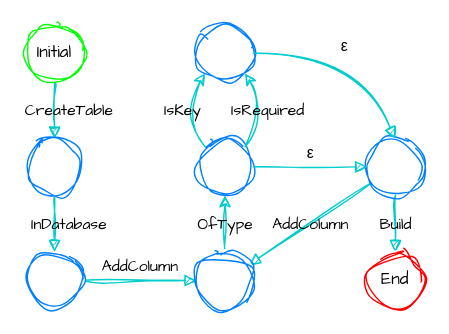
Lord-Turmoil/FluentApiDemo keeps this draw.io diagram as page "Advanced Automata" (3 of 4) of Fluent.drawio. Above is the earlier version. Source tidied: cells renumbered, new cells numbered last; positions are measured from the earlier drawing's top-left corner, leaving out a move shared by most shapes. Both pictures are drawn from the tidied source at 142%, with x=0, y=0 at pixel (26, 24).
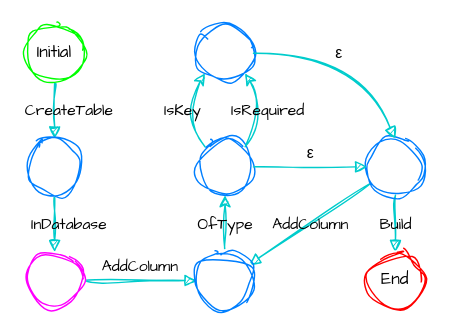
The same page after the edit.

Unchanged cells that the change refers to:
```xml
<mxCell id="11" style="ellipse;whiteSpace=wrap;html=1;sketch=1;curveFitting=1;jiggle=2;fontFamily=Comic Sans MS;strokeColor=#007FFF;labelBackgroundColor=none;" parent="1" vertex="1">
  <mxGeometry x="240" y="80" width="40" height="40" as="geometry" />
</mxCell>
<mxCell id="15" style="ellipse;whiteSpace=wrap;html=1;sketch=1;curveFitting=1;jiggle=2;fontFamily=Comic Sans MS;strokeColor=#007FFF;labelBackgroundColor=none;" parent="1" vertex="1">
  <mxGeometry x="120" width="40" height="40" as="geometry" />
</mxCell>
```

Diff of the diagram source:
```diff
@@
-    <mxCell id="7" style="ellipse;whiteSpace=wrap;html=1;sketch=1;curveFitting=1;jiggle=2;fontFamily=Comic Sans MS;strokeColor=#007FFF;labelBackgroundColor=none;" parent="1" vertex="1">
+    <mxCell id="7" style="ellipse;whiteSpace=wrap;html=1;sketch=1;curveFitting=1;jiggle=2;fontFamily=Comic Sans MS;strokeColor=#FF00FF;labelBackgroundColor=none;" parent="1" vertex="1">
       <mxGeometry y="160" width="40" height="40" as="geometry" />
     </mxCell>
@@
     <mxCell id="16" value="ε" style="curved=1;endArrow=block;html=1;rounded=0;exitX=1;exitY=0.5;exitDx=0;exitDy=0;sketch=1;curveFitting=1;jiggle=2;fontFamily=Comic Sans MS;strokeColor=#00CCCC;labelBackgroundColor=none;endFill=1;entryX=0.5;entryY=0;entryDx=0;entryDy=0;" parent="1" edge="1" source="15" target="11">
-      <mxGeometry x="-0.06" y="5" relative="1" as="geometry">
+      <mxGeometry x="-0.12" relative="1" as="geometry">
         <Array as="points">
           <mxPoint x="230" y="20" />
         </Array>
       </mxGeometry>
     </mxCell>
```
